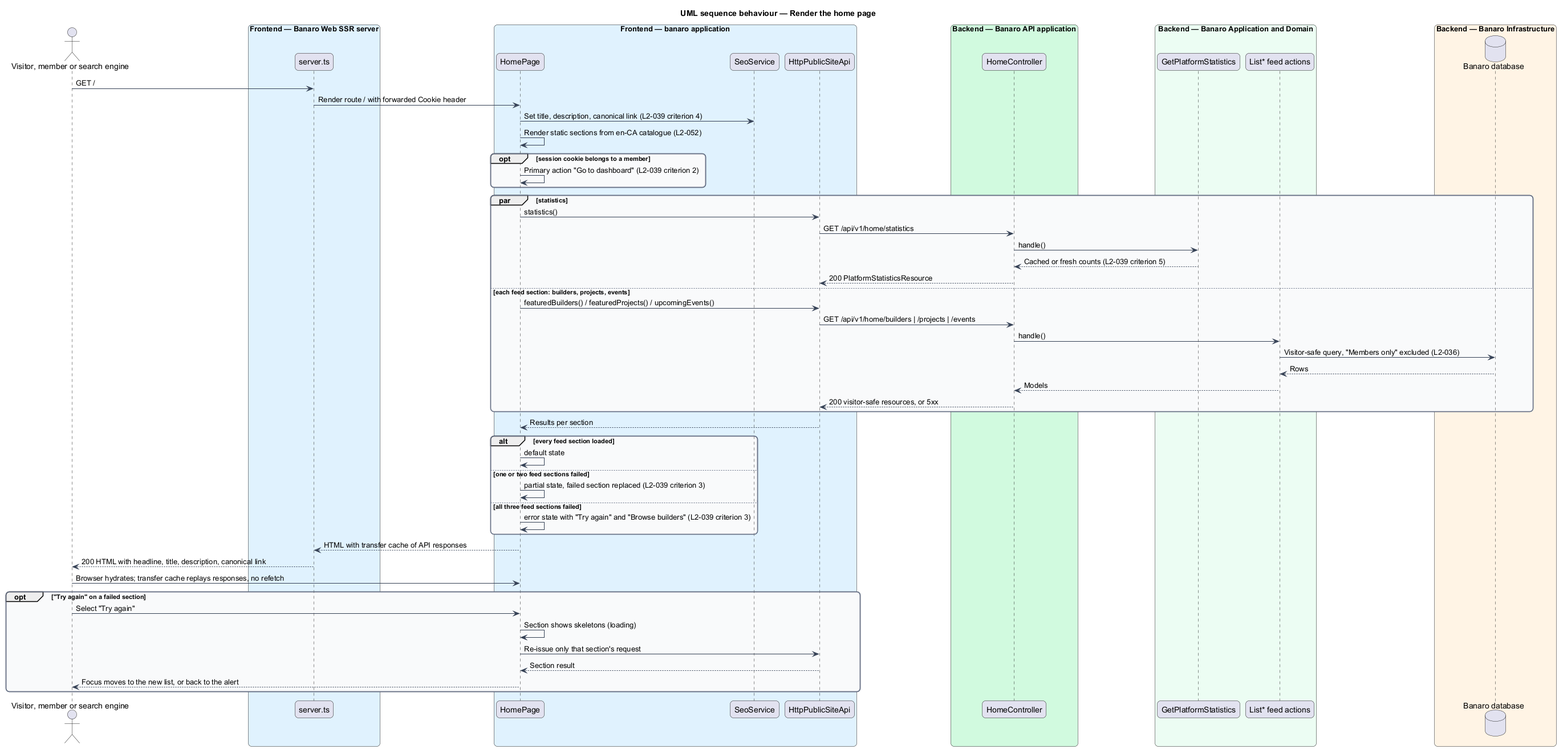
Earlier version of the PlantUML export docs/detailed-designs/public-site/view-home-page/diagrams/sequence-render-home-page.png (QuinntyneBrown/banaro).
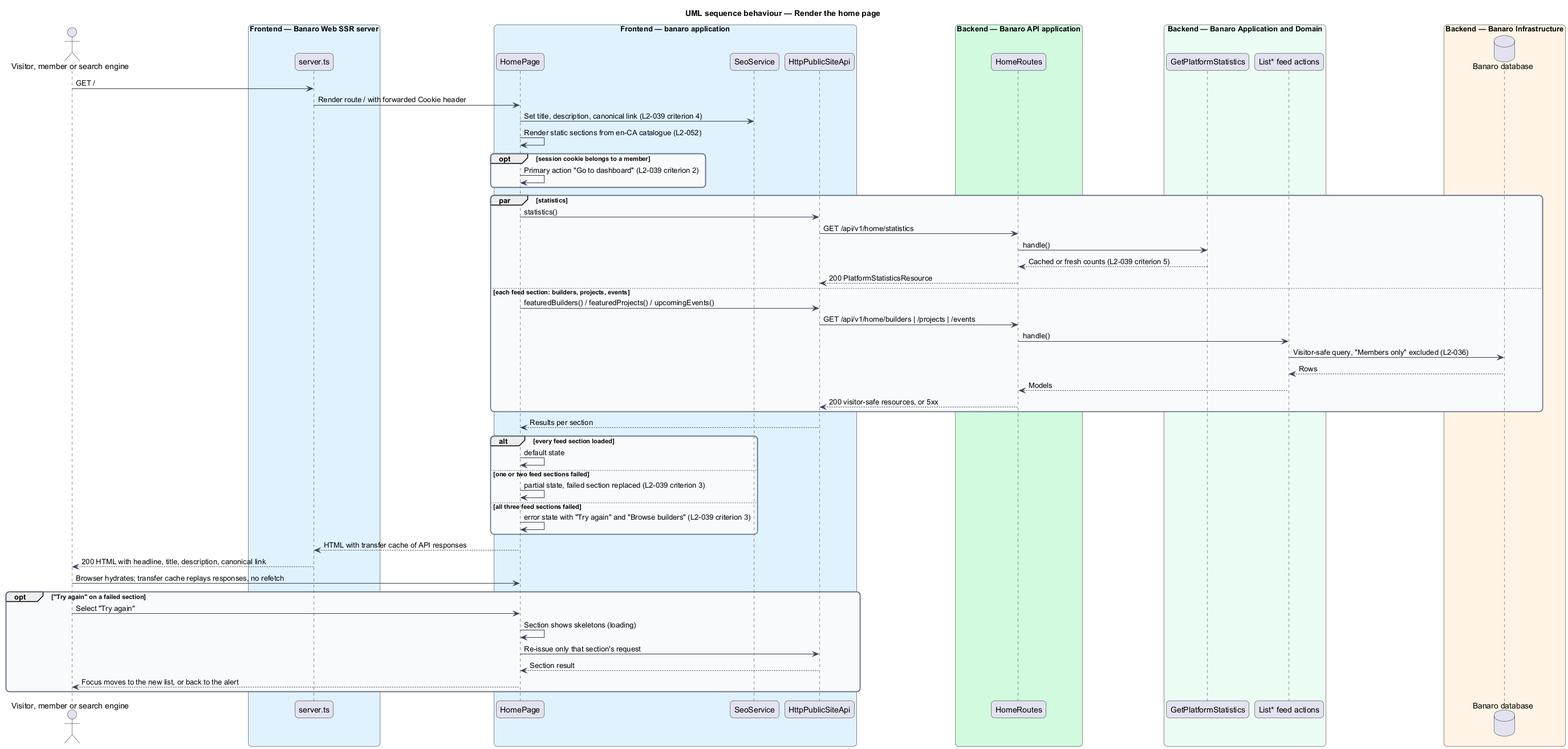
The same diagram one commit later.

The edit, as a diff of the source:
```diff
@@ -24,7 +24,7 @@
   participant "HttpPublicSiteApi" as client
 end box
 box "Backend — Banaro API application" #D1FADF
-  participant "HomeController" as controller
+  participant "HomeRoutes" as controller
 end box
 box "Backend — Banaro Application and Domain" #ECFDF3
   participant "GetPlatformStatistics" as stats
```
